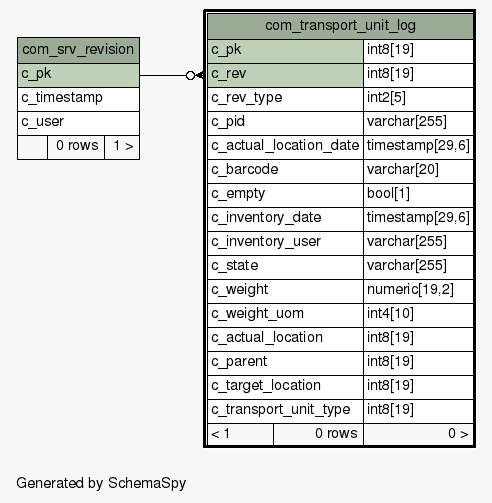
Before: schemaspy/diagrams/com_transport_unit_log.1degree.png, a diagram exported from Graphviz (openwms/org.openwms.common.service.lib). Its source is kept beside it as schemaspy/diagrams/com_transport_unit_log.1degree.dot. The source it was exported from:
```dot
digraph "oneDegreeRelationshipsDiagram" {
  graph [
    rankdir="RL"
    bgcolor="#f7f7f7"
    label="\nGenerated by SchemaSpy"
    labeljust="l"
    nodesep="0.18"
    ranksep="0.46"
    fontname="Helvetica"
    fontsize="11"
  ];
  node [
    fontname="Helvetica"
    fontsize="11"
    shape="plaintext"
  ];
  edge [
    arrowsize="0.8"
  ];
  "com_transport_unit_log":"c_rev":w -> "com_srv_revision":"c_pk":e [arrowhead=none dir=back arrowtail=crowodot];
  "com_srv_revision" [
    label=<
    <TABLE BORDER="0" CELLBORDER="1" CELLSPACING="0" BGCOLOR="#ffffff">
      <TR><TD COLSPAN="3" BGCOLOR="#9bab96" ALIGN="CENTER">com_srv_revision</TD></TR>
      <TR><TD PORT="c_pk" COLSPAN="3" BGCOLOR="#bed1b8" ALIGN="LEFT">c_pk</TD></TR>
      <TR><TD PORT="c_timestamp" COLSPAN="3" ALIGN="LEFT">c_timestamp</TD></TR>
      <TR><TD PORT="c_user" COLSPAN="3" ALIGN="LEFT">c_user</TD></TR>
      <TR><TD ALIGN="LEFT" BGCOLOR="#f7f7f7">  </TD><TD ALIGN="RIGHT" BGCOLOR="#f7f7f7">0 rows</TD><TD ALIGN="RIGHT" BGCOLOR="#f7f7f7">1 &gt;</TD></TR>
    </TABLE>>
    URL="com_srv_revision.html"
    tooltip="com_srv_revision"
  ];
  "com_transport_unit_log" [
    label=<
    <TABLE BORDER="2" CELLBORDER="1" CELLSPACING="0" BGCOLOR="#ffffff">
      <TR><TD COLSPAN="3" BGCOLOR="#9bab96" ALIGN="CENTER">com_transport_unit_log</TD></TR>
      <TR><TD PORT="c_pk" COLSPAN="2" BGCOLOR="#bed1b8" ALIGN="LEFT">c_pk</TD><TD PORT="c_pk.type" ALIGN="LEFT">int8[19]</TD></TR>
      <TR><TD PORT="c_rev" COLSPAN="2" BGCOLOR="#bed1b8" ALIGN="LEFT">c_rev</TD><TD PORT="c_rev.type" ALIGN="LEFT">int8[19]</TD></TR>
      <TR><TD PORT="c_rev_type" COLSPAN="2" ALIGN="LEFT">c_rev_type</TD><TD PORT="c_rev_type.type" ALIGN="LEFT">int2[5]</TD></TR>
      <TR><TD PORT="c_pid" COLSPAN="2" ALIGN="LEFT">c_pid</TD><TD PORT="c_pid.type" ALIGN="LEFT">varchar[255]</TD></TR>
      <TR><TD PORT="c_actual_location_date" COLSPAN="2" ALIGN="LEFT">c_actual_location_date</TD><TD PORT="c_actual_location_date.type" ALIGN="LEFT">timestamp[29,6]</TD></TR>
      <TR><TD PORT="c_barcode" COLSPAN="2" ALIGN="LEFT">c_barcode</TD><TD PORT="c_barcode.type" ALIGN="LEFT">varchar[20]</TD></TR>
      <TR><TD PORT="c_empty" COLSPAN="2" ALIGN="LEFT">c_empty</TD><TD PORT="c_empty.type" ALIGN="LEFT">bool[1]</TD></TR>
      <TR><TD PORT="c_inventory_date" COLSPAN="2" ALIGN="LEFT">c_inventory_date</TD><TD PORT="c_inventory_date.type" ALIGN="LEFT">timestamp[29,6]</TD></TR>
      <TR><TD PORT="c_inventory_user" COLSPAN="2" ALIGN="LEFT">c_inventory_user</TD><TD PORT="c_inventory_user.type" ALIGN="LEFT">varchar[255]</TD></TR>
      <TR><TD PORT="c_state" COLSPAN="2" ALIGN="LEFT">c_state</TD><TD PORT="c_state.type" ALIGN="LEFT">varchar[255]</TD></TR>
      <TR><TD PORT="c_weight" COLSPAN="2" ALIGN="LEFT">c_weight</TD><TD PORT="c_weight.type" ALIGN="LEFT">numeric[19,2]</TD></TR>
      <TR><TD PORT="c_weight_uom" COLSPAN="2" ALIGN="LEFT">c_weight_uom</TD><TD PORT="c_weight_uom.type" ALIGN="LEFT">int4[10]</TD></TR>
      <TR><TD PORT="c_actual_location" COLSPAN="2" ALIGN="LEFT">c_actual_location</TD><TD PORT="c_actual_location.type" ALIGN="LEFT">int8[19]</TD></TR>
      <TR><TD PORT="c_parent" COLSPAN="2" ALIGN="LEFT">c_parent</TD><TD PORT="c_parent.type" ALIGN="LEFT">int8[19]</TD></TR>
      <TR><TD PORT="c_target_location" COLSPAN="2" ALIGN="LEFT">c_target_location</TD><TD PORT="c_target_location.type" ALIGN="LEFT">int8[19]</TD></TR>
      <TR><TD PORT="c_transport_unit_type" COLSPAN="2" ALIGN="LEFT">c_transport_unit_type</TD><TD PORT="c_transport_unit_type.type" ALIGN="LEFT">int8[19]</TD></TR>
      <TR><TD ALIGN="LEFT" BGCOLOR="#f7f7f7">&lt; 1</TD><TD ALIGN="RIGHT" BGCOLOR="#f7f7f7">0 rows</TD><TD ALIGN="RIGHT" BGCOLOR="#f7f7f7">0 &gt;</TD></TR>
    </TABLE>>
    URL="com_transport_unit_log.html"
    tooltip="com_transport_unit_log"
  ];
}
```
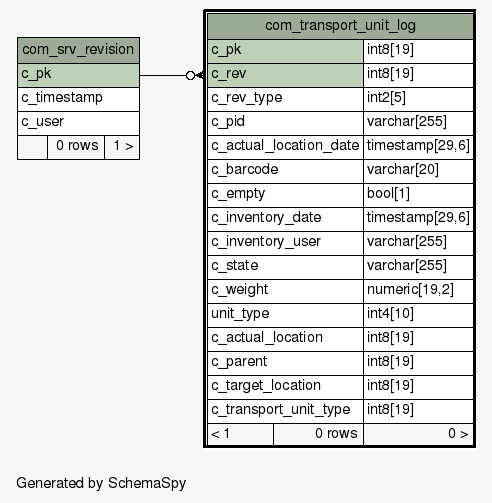
The same diagram one commit later.

The edit, as a diff of the source:
```diff
@@ -45,7 +45,7 @@
       <TR><TD PORT="c_inventory_user" COLSPAN="2" ALIGN="LEFT">c_inventory_user</TD><TD PORT="c_inventory_user.type" ALIGN="LEFT">varchar[255]</TD></TR>
       <TR><TD PORT="c_state" COLSPAN="2" ALIGN="LEFT">c_state</TD><TD PORT="c_state.type" ALIGN="LEFT">varchar[255]</TD></TR>
       <TR><TD PORT="c_weight" COLSPAN="2" ALIGN="LEFT">c_weight</TD><TD PORT="c_weight.type" ALIGN="LEFT">numeric[19,2]</TD></TR>
-      <TR><TD PORT="c_weight_uom" COLSPAN="2" ALIGN="LEFT">c_weight_uom</TD><TD PORT="c_weight_uom.type" ALIGN="LEFT">int4[10]</TD></TR>
+      <TR><TD PORT="unit_type" COLSPAN="2" ALIGN="LEFT">unit_type</TD><TD PORT="unit_type.type" ALIGN="LEFT">int4[10]</TD></TR>
       <TR><TD PORT="c_actual_location" COLSPAN="2" ALIGN="LEFT">c_actual_location</TD><TD PORT="c_actual_location.type" ALIGN="LEFT">int8[19]</TD></TR>
       <TR><TD PORT="c_parent" COLSPAN="2" ALIGN="LEFT">c_parent</TD><TD PORT="c_parent.type" ALIGN="LEFT">int8[19]</TD></TR>
       <TR><TD PORT="c_target_location" COLSPAN="2" ALIGN="LEFT">c_target_location</TD><TD PORT="c_target_location.type" ALIGN="LEFT">int8[19]</TD></TR>
```
